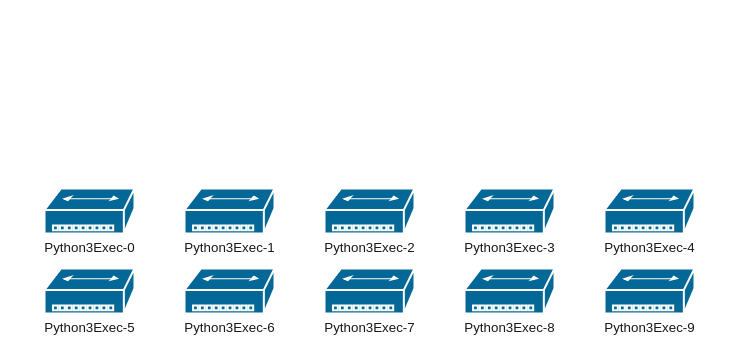
Earlier version of the draw.io diagram Untitled Diagram.drawio (Dortmund-Reus/testbd). Source tidied: cells renumbered, new cells numbered last; positions are measured from the earlier drawing's top-left corner, leaving out a move shared by most shapes. Both pictures are drawn from the tidied source at 100%, with x=0, y=0 at pixel (44, 188).
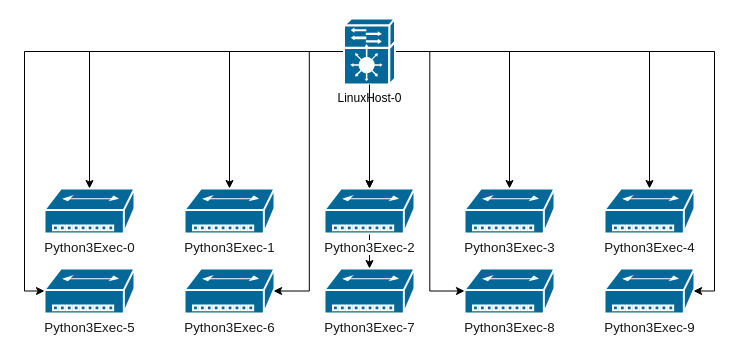
The same diagram, later.

Unchanged cells that the change refers to:
```xml
<mxCell id="2" value="&lt;span style=&quot;color: rgb(25 , 25 , 25) ; font-size: 13.3333px ; background-color: rgb(255 , 255 , 255)&quot;&gt;Python3Exec-0&lt;/span&gt;" style="shape=mxgraph.cisco.hubs_and_gateways.small_hub;html=1;dashed=0;fillColor=#036897;strokeColor=#ffffff;strokeWidth=2;verticalLabelPosition=bottom;verticalAlign=top;align=center;outlineConnect=0;" parent="1" vertex="1">
  <mxGeometry width="90" height="45" as="geometry" />
</mxCell>
<mxCell id="3" value="&lt;span style=&quot;color: rgb(25 , 25 , 25) ; font-size: 13.3333px ; background-color: rgb(255 , 255 , 255)&quot;&gt;Python3Exec-1&lt;/span&gt;" style="shape=mxgraph.cisco.hubs_and_gateways.small_hub;html=1;dashed=0;fillColor=#036897;strokeColor=#ffffff;strokeWidth=2;verticalLabelPosition=bottom;verticalAlign=top;align=center;outlineConnect=0;" parent="1" vertex="1">
  <mxGeometry x="140" width="90" height="45" as="geometry" />
</mxCell>
<mxCell id="5" value="&lt;span style=&quot;color: rgb(25 , 25 , 25) ; font-size: 13.3333px ; background-color: rgb(255 , 255 , 255)&quot;&gt;Python3Exec-3&lt;/span&gt;" style="shape=mxgraph.cisco.hubs_and_gateways.small_hub;html=1;dashed=0;fillColor=#036897;strokeColor=#ffffff;strokeWidth=2;verticalLabelPosition=bottom;verticalAlign=top;align=center;outlineConnect=0;" parent="1" vertex="1">
  <mxGeometry x="420" width="90" height="45" as="geometry" />
</mxCell>
<mxCell id="6" value="&lt;span style=&quot;color: rgb(25 , 25 , 25) ; font-size: 13.3333px ; background-color: rgb(255 , 255 , 255)&quot;&gt;Python3Exec-5&lt;/span&gt;" style="shape=mxgraph.cisco.hubs_and_gateways.small_hub;html=1;dashed=0;fillColor=#036897;strokeColor=#ffffff;strokeWidth=2;verticalLabelPosition=bottom;verticalAlign=top;align=center;outlineConnect=0;" parent="1" vertex="1">
  <mxGeometry y="80" width="90" height="45" as="geometry" />
</mxCell>
<mxCell id="7" value="&lt;span style=&quot;color: rgb(25 , 25 , 25) ; font-size: 13.3333px ; background-color: rgb(255 , 255 , 255)&quot;&gt;Python3Exec-6&lt;/span&gt;" style="shape=mxgraph.cisco.hubs_and_gateways.small_hub;html=1;dashed=0;fillColor=#036897;strokeColor=#ffffff;strokeWidth=2;verticalLabelPosition=bottom;verticalAlign=top;align=center;outlineConnect=0;" parent="1" vertex="1">
  <mxGeometry x="140" y="80" width="90" height="45" as="geometry" />
</mxCell>
<mxCell id="8" value="&lt;span style=&quot;color: rgb(25 , 25 , 25) ; font-size: 13.3333px ; background-color: rgb(255 , 255 , 255)&quot;&gt;Python3Exec-7&lt;/span&gt;" style="shape=mxgraph.cisco.hubs_and_gateways.small_hub;html=1;dashed=0;fillColor=#036897;strokeColor=#ffffff;strokeWidth=2;verticalLabelPosition=bottom;verticalAlign=top;align=center;outlineConnect=0;" parent="1" vertex="1">
  <mxGeometry x="280" y="80" width="90" height="45" as="geometry" />
</mxCell>
<mxCell id="9" value="&lt;span style=&quot;color: rgb(25 , 25 , 25) ; font-size: 13.3333px ; background-color: rgb(255 , 255 , 255)&quot;&gt;Python3Exec-8&lt;/span&gt;" style="shape=mxgraph.cisco.hubs_and_gateways.small_hub;html=1;dashed=0;fillColor=#036897;strokeColor=#ffffff;strokeWidth=2;verticalLabelPosition=bottom;verticalAlign=top;align=center;outlineConnect=0;" parent="1" vertex="1">
  <mxGeometry x="420" y="80" width="90" height="45" as="geometry" />
</mxCell>
<mxCell id="10" value="&lt;span style=&quot;color: rgb(25 , 25 , 25) ; font-size: 13.3333px ; background-color: rgb(255 , 255 , 255)&quot;&gt;Python3Exec-4&lt;/span&gt;" style="shape=mxgraph.cisco.hubs_and_gateways.small_hub;html=1;dashed=0;fillColor=#036897;strokeColor=#ffffff;strokeWidth=2;verticalLabelPosition=bottom;verticalAlign=top;align=center;outlineConnect=0;" parent="1" vertex="1">
  <mxGeometry x="560" width="90" height="45" as="geometry" />
</mxCell>
<mxCell id="11" value="&lt;span style=&quot;color: rgb(25 , 25 , 25) ; font-size: 13.3333px ; background-color: rgb(255 , 255 , 255)&quot;&gt;Python3Exec-9&lt;/span&gt;" style="shape=mxgraph.cisco.hubs_and_gateways.small_hub;html=1;dashed=0;fillColor=#036897;strokeColor=#ffffff;strokeWidth=2;verticalLabelPosition=bottom;verticalAlign=top;align=center;outlineConnect=0;" parent="1" vertex="1">
  <mxGeometry x="560" y="80" width="90" height="45" as="geometry" />
</mxCell>
```

The edit, as a diff of the source:
```diff
@@
-    <mxCell id="4" value="&lt;span style=&quot;color: rgb(25 , 25 , 25) ; font-size: 13.3333px ; background-color: rgb(255 , 255 , 255)&quot;&gt;Python3Exec-2&lt;/span&gt;" style="shape=mxgraph.cisco.hubs_and_gateways.small_hub;html=1;dashed=0;fillColor=#036897;strokeColor=#ffffff;strokeWidth=2;verticalLabelPosition=bottom;verticalAlign=top;align=center;outlineConnect=0;" parent="1" vertex="1">
-      <mxGeometry x="280" width="90" height="45" as="geometry" />
-    </mxCell>
@@
+    <mxCell id="12" style="edgeStyle=orthogonalEdgeStyle;rounded=0;jettySize=auto;html=1;entryX=0.5;entryY=0;entryDx=0;entryDy=0;entryPerimeter=0;" parent="1" edge="1" source="22" target="4">
+      <mxGeometry relative="1" as="geometry" />
+    </mxCell>
+    <mxCell id="13" style="edgeStyle=orthogonalEdgeStyle;rounded=0;jettySize=auto;html=1;" parent="1" edge="1" source="22" target="5">
+      <mxGeometry relative="1" as="geometry" />
+    </mxCell>
+    <mxCell id="14" style="edgeStyle=orthogonalEdgeStyle;rounded=0;jettySize=auto;html=1;" parent="1" edge="1" source="22" target="10">
+      <mxGeometry relative="1" as="geometry" />
+    </mxCell>
+    <mxCell id="15" style="edgeStyle=orthogonalEdgeStyle;rounded=0;jettySize=auto;html=1;" parent="1" edge="1" source="22" target="3">
+      <mxGeometry relative="1" as="geometry" />
+    </mxCell>
+    <mxCell id="16" style="edgeStyle=orthogonalEdgeStyle;rounded=0;jettySize=auto;html=1;" parent="1" edge="1" source="22" target="2">
+      <mxGeometry relative="1" as="geometry" />
+    </mxCell>
+    <mxCell id="17" style="edgeStyle=orthogonalEdgeStyle;rounded=0;jettySize=auto;html=1;exitX=0;exitY=0.5;exitDx=0;exitDy=0;exitPerimeter=0;entryX=0;entryY=0.5;entryDx=0;entryDy=0;entryPerimeter=0;" parent="1" edge="1" source="22" target="6">
+      <mxGeometry relative="1" as="geometry" />
+    </mxCell>
+    <mxCell id="18" style="edgeStyle=orthogonalEdgeStyle;rounded=0;jettySize=auto;html=1;entryX=0.99;entryY=0.5;entryDx=0;entryDy=0;entryPerimeter=0;" parent="1" edge="1" source="22" target="11">
+      <mxGeometry relative="1" as="geometry" />
+    </mxCell>
+    <mxCell id="19" style="edgeStyle=orthogonalEdgeStyle;rounded=0;jettySize=auto;html=1;entryX=0.99;entryY=0.5;entryDx=0;entryDy=0;entryPerimeter=0;" parent="1" edge="1" source="22" target="7">
+      <mxGeometry relative="1" as="geometry" />
+    </mxCell>
+    <mxCell id="20" style="edgeStyle=orthogonalEdgeStyle;rounded=0;jettySize=auto;html=1;entryX=0;entryY=0.5;entryDx=0;entryDy=0;entryPerimeter=0;" parent="1" edge="1" source="22" target="9">
+      <mxGeometry relative="1" as="geometry" />
+    </mxCell>
+    <mxCell id="21" style="edgeStyle=orthogonalEdgeStyle;rounded=0;jettySize=auto;html=1;exitX=0.5;exitY=1;exitDx=0;exitDy=0;exitPerimeter=0;" parent="1" edge="1" source="4" target="8">
+      <mxGeometry relative="1" as="geometry" />
+    </mxCell>
+    <mxCell id="22" value="LinuxHost-0" style="shape=mxgraph.cisco.controllers_and_modules.service_module;html=1;dashed=0;fillColor=#036897;strokeColor=#ffffff;strokeWidth=2;verticalLabelPosition=bottom;verticalAlign=top;align=center;outlineConnect=0;" parent="1" vertex="1">
+      <mxGeometry x="299.5" y="-170" width="51" height="66" as="geometry" />
+    </mxCell>
+    <mxCell id="4" value="&lt;span style=&quot;color: rgb(25 , 25 , 25) ; font-size: 13.3333px ; background-color: rgb(255 , 255 , 255)&quot;&gt;Python3Exec-2&lt;/span&gt;" style="shape=mxgraph.cisco.hubs_and_gateways.small_hub;html=1;dashed=0;fillColor=#036897;strokeColor=#ffffff;strokeWidth=2;verticalLabelPosition=bottom;verticalAlign=top;align=center;outlineConnect=0;" parent="1" vertex="1">
+      <mxGeometry x="280" width="90" height="45" as="geometry" />
+    </mxCell>
+    <mxCell id="23" style="edgeStyle=orthogonalEdgeStyle;rounded=0;jettySize=auto;html=1;exitX=0.5;exitY=1;exitDx=0;exitDy=0;exitPerimeter=0;" parent="1" edge="1" source="22" target="4">
+      <mxGeometry relative="1" as="geometry" />
+    </mxCell>
```
